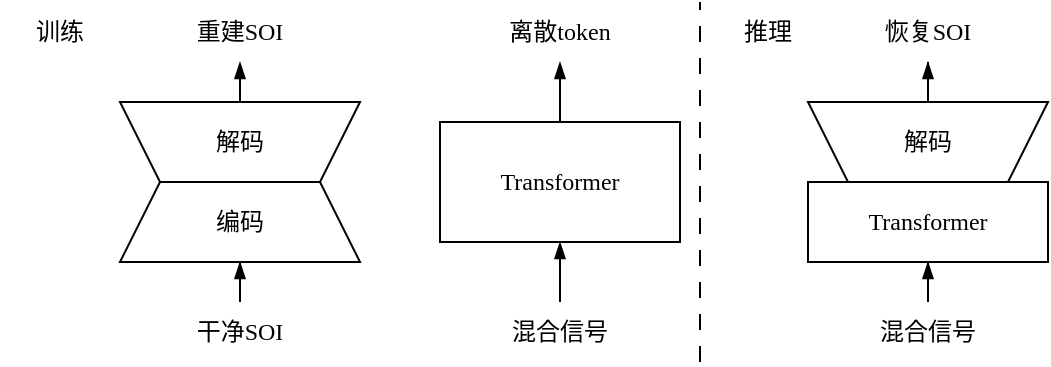
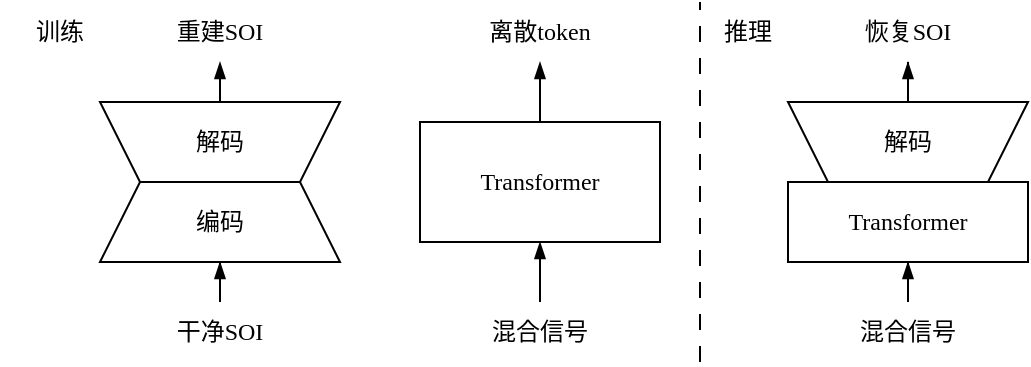
<mxfile host="app.diagrams.net">
  <diagram name="第 1 页" id="cCrEyTV5gP5EHja_2jYc">
-     <mxGraphModel dx="810" dy="521" grid="1" gridSize="10" guides="1" tooltips="1" connect="1" arrows="1" fold="1" page="1" pageScale="1" pageWidth="827" pageHeight="1169" math="1" shadow="0">
+     <mxGraphModel dx="774" dy="463" grid="1" gridSize="10" guides="1" tooltips="1" connect="1" arrows="1" fold="1" page="1" pageScale="1" pageWidth="827" pageHeight="1169" math="1" shadow="0">
      <root>
        <mxCell id="0" />
        <mxCell id="1" parent="0" />
        <mxCell id="zMassrMVpsYtDaJ6p5zo-2" edge="1" parent="1" source="ShJkawijGFaRfHmnaU1B-84" style="edgeStyle=orthogonalEdgeStyle;rounded=0;orthogonalLoop=1;jettySize=auto;html=1;entryX=0.5;entryY=1;entryDx=0;entryDy=0;endArrow=blockThin;endFill=1;" target="zMassrMVpsYtDaJ6p5zo-1">
          <mxGeometry relative="1" as="geometry" />
        </mxCell>
        <mxCell id="ShJkawijGFaRfHmnaU1B-84" parent="1" style="text;html=1;whiteSpace=wrap;strokeColor=none;fillColor=none;align=center;verticalAlign=middle;rounded=0;fontFamily=Times New Roman;fontSize=12;" value="混合信号" vertex="1">
          <mxGeometry height="30" width="60" x="310" y="270" as="geometry" />
        </mxCell>
        <mxCell id="ShJkawijGFaRfHmnaU1B-101" parent="1" style="shape=trapezoid;perimeter=trapezoidPerimeter;whiteSpace=wrap;html=1;fixedSize=1;fontFamily=Times New Roman;" value="编码" vertex="1">
          <mxGeometry height="40" width="120" x="120" y="210" as="geometry" />
        </mxCell>
        <mxCell id="ShJkawijGFaRfHmnaU1B-102" parent="1" style="shape=trapezoid;perimeter=trapezoidPerimeter;whiteSpace=wrap;html=1;fixedSize=1;rotation=-180;fontFamily=Times New Roman;" value="" vertex="1">
          <mxGeometry height="40" width="120" x="120" y="170" as="geometry" />
        </mxCell>
        <mxCell id="ShJkawijGFaRfHmnaU1B-112" edge="1" parent="1" source="ShJkawijGFaRfHmnaU1B-110" style="edgeStyle=orthogonalEdgeStyle;rounded=0;orthogonalLoop=1;jettySize=auto;html=1;entryX=0.5;entryY=1;entryDx=0;entryDy=0;endArrow=blockThin;endFill=1;fontFamily=Times New Roman;" target="ShJkawijGFaRfHmnaU1B-101">
          <mxGeometry relative="1" as="geometry" />
        </mxCell>
        <mxCell id="ShJkawijGFaRfHmnaU1B-110" parent="1" style="text;html=1;whiteSpace=wrap;strokeColor=none;fillColor=none;align=center;verticalAlign=middle;rounded=0;fontFamily=Times New Roman;fontSize=12;" value="干净SOI" vertex="1">
          <mxGeometry height="30" width="60" x="150" y="270" as="geometry" />
        </mxCell>
        <mxCell id="ShJkawijGFaRfHmnaU1B-111" parent="1" style="text;html=1;whiteSpace=wrap;strokeColor=none;fillColor=none;align=center;verticalAlign=middle;rounded=0;fontFamily=Times New Roman;fontSize=12;" value="重建SOI" vertex="1">
          <mxGeometry height="30" width="60" x="150" y="120" as="geometry" />
        </mxCell>
        <mxCell id="ShJkawijGFaRfHmnaU1B-115" edge="1" parent="1" source="ShJkawijGFaRfHmnaU1B-102" style="edgeStyle=orthogonalEdgeStyle;rounded=0;orthogonalLoop=1;jettySize=auto;html=1;entryX=0.5;entryY=1;entryDx=0;entryDy=0;endArrow=blockThin;endFill=1;exitX=0.5;exitY=1;exitDx=0;exitDy=0;fontFamily=Times New Roman;" target="ShJkawijGFaRfHmnaU1B-111">
          <mxGeometry relative="1" as="geometry">
            <mxPoint x="280" y="130" as="sourcePoint" />
            <mxPoint x="280" y="110" as="targetPoint" />
          </mxGeometry>
        </mxCell>
        <mxCell id="ShJkawijGFaRfHmnaU1B-125" parent="1" style="text;html=1;whiteSpace=wrap;strokeColor=none;fillColor=none;align=center;verticalAlign=middle;rounded=0;fontFamily=Times New Roman;" value="解码" vertex="1">
          <mxGeometry height="30" width="60" x="150" y="175" as="geometry" />
        </mxCell>
        <mxCell id="zMassrMVpsYtDaJ6p5zo-3" edge="1" parent="1" source="zMassrMVpsYtDaJ6p5zo-1" style="edgeStyle=orthogonalEdgeStyle;rounded=0;orthogonalLoop=1;jettySize=auto;html=1;endArrow=blockThin;endFill=1;entryX=0.5;entryY=1;entryDx=0;entryDy=0;" target="zMassrMVpsYtDaJ6p5zo-4">
          <mxGeometry relative="1" as="geometry">
            <mxPoint x="340" y="150" as="targetPoint" />
          </mxGeometry>
        </mxCell>
        <mxCell id="zMassrMVpsYtDaJ6p5zo-1" parent="1" style="rounded=0;whiteSpace=wrap;html=1;" value="&lt;font face=&quot;Times New Roman&quot;&gt;Transformer&lt;/font&gt;" vertex="1">
          <mxGeometry height="60" width="120" x="280" y="180" as="geometry" />
        </mxCell>
        <mxCell id="zMassrMVpsYtDaJ6p5zo-4" parent="1" style="text;html=1;whiteSpace=wrap;strokeColor=none;fillColor=none;align=center;verticalAlign=middle;rounded=0;fontFamily=Times New Roman;fontSize=12;" value="离散token" vertex="1">
          <mxGeometry height="30" width="60" x="310" y="120" as="geometry" />
        </mxCell>
        <mxCell id="zMassrMVpsYtDaJ6p5zo-7" edge="1" parent="1" source="zMassrMVpsYtDaJ6p5zo-8" style="edgeStyle=orthogonalEdgeStyle;rounded=0;orthogonalLoop=1;jettySize=auto;html=1;entryX=0.5;entryY=1;entryDx=0;entryDy=0;endArrow=blockThin;endFill=1;" target="zMassrMVpsYtDaJ6p5zo-10">
          <mxGeometry relative="1" as="geometry" />
        </mxCell>
        <mxCell id="zMassrMVpsYtDaJ6p5zo-8" parent="1" style="text;html=1;whiteSpace=wrap;strokeColor=none;fillColor=none;align=center;verticalAlign=middle;rounded=0;fontFamily=Times New Roman;fontSize=12;" value="混合信号" vertex="1">
          <mxGeometry height="30" width="60" x="494" y="270" as="geometry" />
        </mxCell>
        <mxCell id="zMassrMVpsYtDaJ6p5zo-10" parent="1" style="rounded=0;whiteSpace=wrap;html=1;" value="&lt;font face=&quot;Times New Roman&quot;&gt;Transformer&lt;/font&gt;" vertex="1">
          <mxGeometry height="40" width="120" x="464" y="210" as="geometry" />
        </mxCell>
        <mxCell id="zMassrMVpsYtDaJ6p5zo-14" edge="1" parent="1" source="zMassrMVpsYtDaJ6p5zo-12" style="edgeStyle=orthogonalEdgeStyle;rounded=0;orthogonalLoop=1;jettySize=auto;html=1;endArrow=blockThin;endFill=1;entryX=0.5;entryY=1;entryDx=0;entryDy=0;" target="zMassrMVpsYtDaJ6p5zo-15">
          <mxGeometry relative="1" as="geometry">
            <mxPoint x="524" y="150" as="targetPoint" />
          </mxGeometry>
        </mxCell>
        <mxCell id="zMassrMVpsYtDaJ6p5zo-12" parent="1" style="shape=trapezoid;perimeter=trapezoidPerimeter;whiteSpace=wrap;html=1;fixedSize=1;rotation=-180;fontFamily=Times New Roman;" value="" vertex="1">
          <mxGeometry height="40" width="120" x="464" y="170" as="geometry" />
        </mxCell>
        <mxCell id="zMassrMVpsYtDaJ6p5zo-13" parent="1" style="text;html=1;whiteSpace=wrap;strokeColor=none;fillColor=none;align=center;verticalAlign=middle;rounded=0;fontFamily=Times New Roman;" value="解码" vertex="1">
          <mxGeometry height="30" width="60" x="494" y="175" as="geometry" />
        </mxCell>
        <mxCell id="zMassrMVpsYtDaJ6p5zo-15" parent="1" style="text;html=1;whiteSpace=wrap;strokeColor=none;fillColor=none;align=center;verticalAlign=middle;rounded=0;fontFamily=Times New Roman;fontSize=12;" value="恢复SOI" vertex="1">
          <mxGeometry height="30" width="60" x="494" y="120" as="geometry" />
        </mxCell>
        <mxCell id="zMassrMVpsYtDaJ6p5zo-17" parent="1" style="text;html=1;whiteSpace=wrap;strokeColor=none;fillColor=none;align=center;verticalAlign=middle;rounded=0;" value="训练" vertex="1">
-           <mxGeometry height="30" width="60" x="60" y="120" as="geometry" />
+           <mxGeometry height="30" width="60" x="70" y="120" as="geometry" />
        </mxCell>
        <mxCell id="zMassrMVpsYtDaJ6p5zo-18" parent="1" style="text;html=1;whiteSpace=wrap;strokeColor=none;fillColor=none;align=center;verticalAlign=middle;rounded=0;" value="推理" vertex="1">
          <mxGeometry height="30" width="60" x="414" y="120" as="geometry" />
        </mxCell>
        <mxCell id="zMassrMVpsYtDaJ6p5zo-19" edge="1" parent="1" style="endArrow=none;html=1;rounded=0;dashed=1;dashPattern=8 8;" value="">
          <mxGeometry height="50" relative="1" width="50" as="geometry">
-             <mxPoint x="410" y="300" as="sourcePoint" />
-             <mxPoint x="410" y="120" as="targetPoint" />
+             <mxPoint x="420" y="300" as="sourcePoint" />
+             <mxPoint x="420" y="120" as="targetPoint" />
          </mxGeometry>
        </mxCell>
      </root>
    </mxGraphModel>
  </diagram>
</mxfile>
